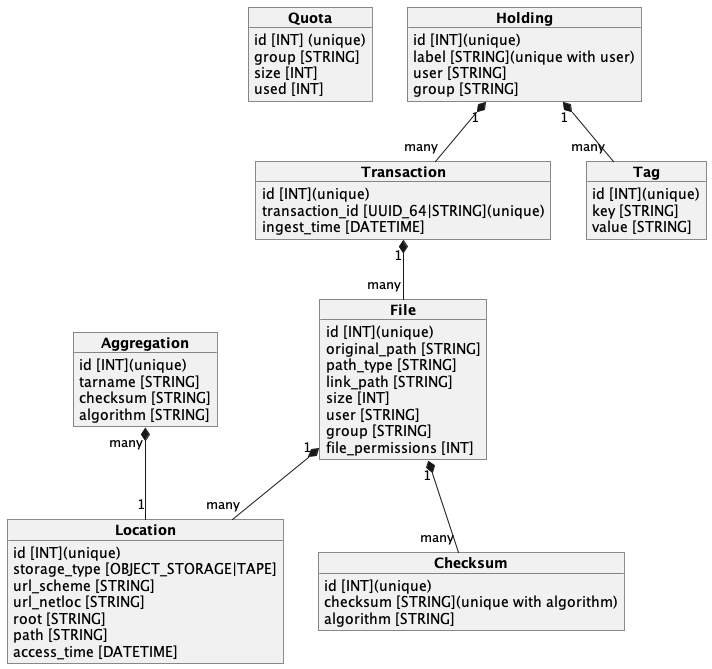
Earlier version of the PlantUML export docs/spec/uml/catalog_db.png (cedadev/nlds).
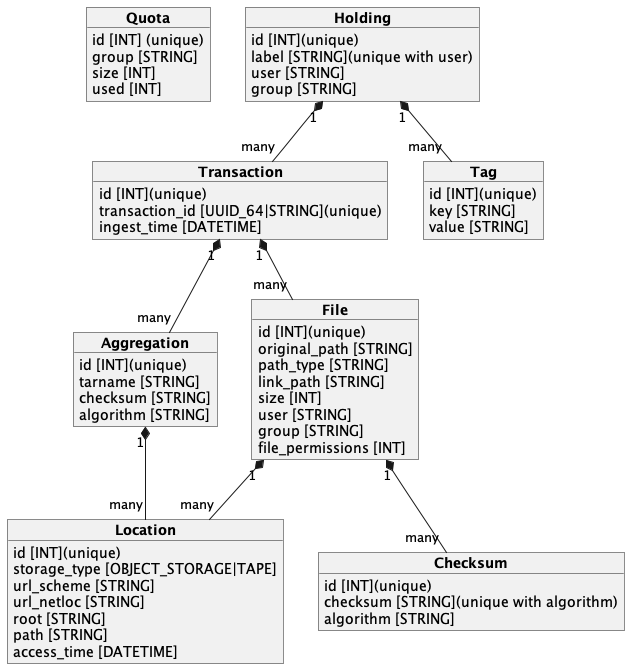
The same file after the commit.

What changed in the source:
```diff
@@ -60,8 +60,9 @@
     algorithm [STRING]
 }
 
-aggregation "many"  *-- "1" location
+aggregation "1"  *-- "many" location
 transaction "1" *-- "many" file
+transaction "1" *-- "many" aggregation
 holding "1" *-- "many" transaction
 holding "1" *-- "many" tag
 file "1" *-- "many" location
```
